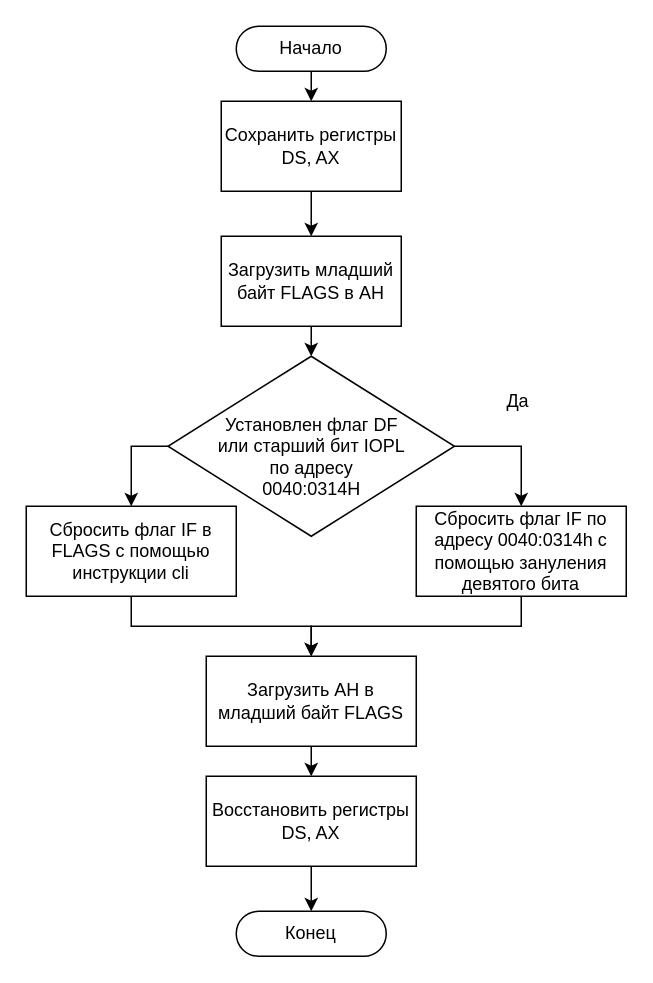
This is page "sub_04" (2 of 2) of eduSem_5/OS/LR_1/int8h_model.drawio from AndreevAA/BMSTU, a draw.io file, before an edit. Source tidied: cells renumbered, new cells numbered last; positions are measured from the earlier drawing's top-left corner, leaving out a move shared by most shapes. Both pictures are drawn from the tidied source at 150%, with x=0, y=0 at pixel (26, 26).
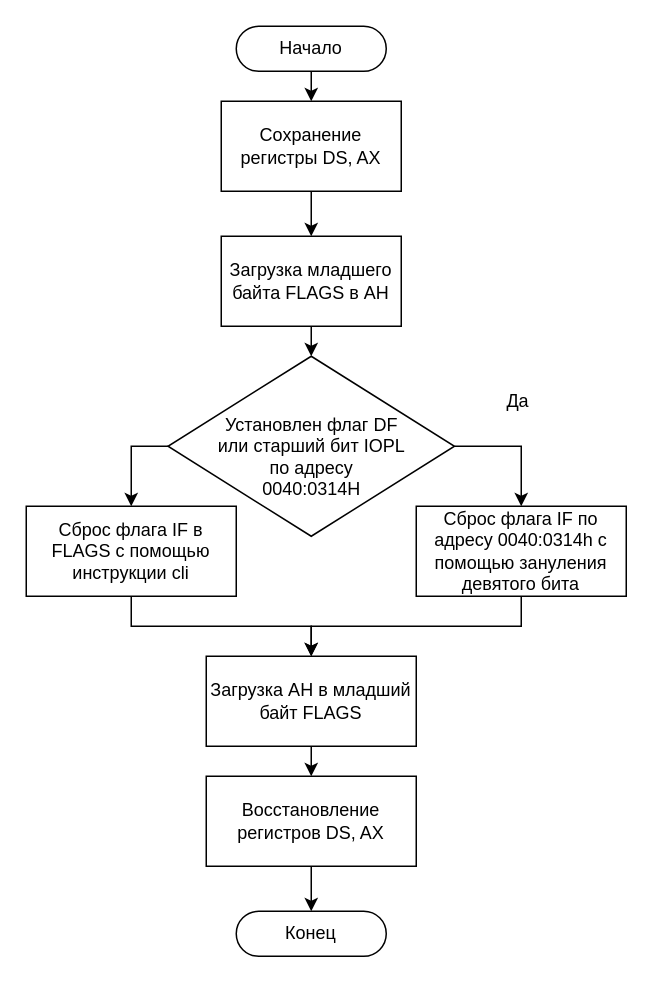
After the change.

What changed in the source:
```diff
@@
-    <mxCell id="5" value="Сохранить регистры DS, AX" style="rounded=0;whiteSpace=wrap;html=1;" parent="1" vertex="1">
+    <mxCell id="5" value="Сохранение регистры DS, AX" style="rounded=0;whiteSpace=wrap;html=1;" parent="1" vertex="1">
       <mxGeometry x="130" y="50" width="120" height="60" as="geometry" />
     </mxCell>
@@
-    <mxCell id="7" value="Загрузить младший байт FLAGS в AH" style="rounded=0;whiteSpace=wrap;html=1;" parent="1" vertex="1">
+    <mxCell id="7" value="Загрузка младшего байта FLAGS в AH" style="rounded=0;whiteSpace=wrap;html=1;" parent="1" vertex="1">
       <mxGeometry x="130" y="140" width="120" height="60" as="geometry" />
     </mxCell>
@@
-    <mxCell id="12" value="Сбросить флаг IF по адресу 0040:0314h с помощью зануления девятого бита" style="rounded=0;whiteSpace=wrap;html=1;" parent="1" vertex="1">
+    <mxCell id="12" value="Сброс флага IF по адресу 0040:0314h с помощью зануления девятого бита" style="rounded=0;whiteSpace=wrap;html=1;" parent="1" vertex="1">
       <mxGeometry x="260" y="320" width="140" height="60" as="geometry" />
     </mxCell>
@@
-    <mxCell id="15" value="Сбросить флаг IF в FLAGS с помощью инструкции cli" style="rounded=0;whiteSpace=wrap;html=1;" parent="1" vertex="1">
+    <mxCell id="15" value="Сброс флага IF в FLAGS с помощью инструкции cli" style="rounded=0;whiteSpace=wrap;html=1;" parent="1" vertex="1">
       <mxGeometry y="320" width="140" height="60" as="geometry" />
     </mxCell>
@@
-    <mxCell id="17" value="Загрузить AH в младший байт FLAGS" style="rounded=0;whiteSpace=wrap;html=1;" parent="1" vertex="1">
+    <mxCell id="17" value="Загрузка AH в младший байт FLAGS" style="rounded=0;whiteSpace=wrap;html=1;" parent="1" vertex="1">
       <mxGeometry x="120" y="420" width="140" height="60" as="geometry" />
     </mxCell>
@@
-    <mxCell id="19" value="Восстановить регистры DS, AX" style="rounded=0;whiteSpace=wrap;html=1;" parent="1" vertex="1">
+    <mxCell id="19" value="Восстановление регистров DS, AX" style="rounded=0;whiteSpace=wrap;html=1;" parent="1" vertex="1">
       <mxGeometry x="120" y="500" width="140" height="60" as="geometry" />
     </mxCell>
```
